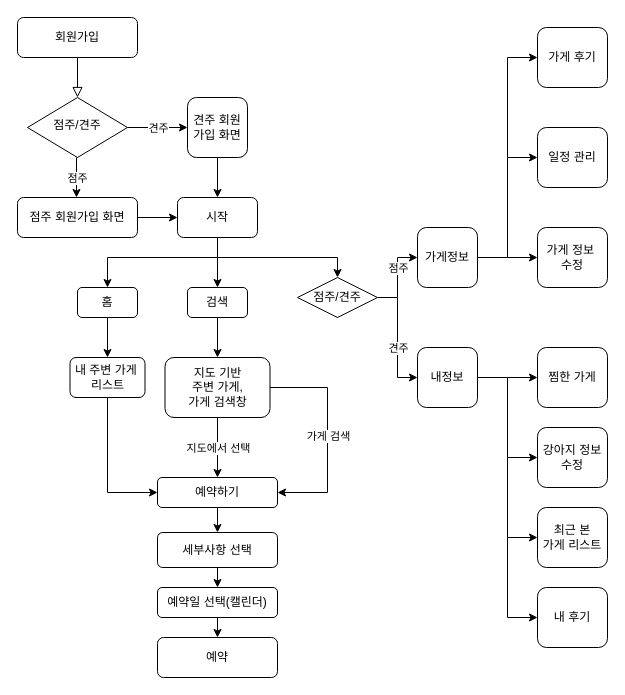
Above: Untitled Diagram.drawio in ChoiWonYu/LikeLionProject (draw.io), before the change. Source tidied: cells renumbered, new cells numbered last; positions are measured from the earlier drawing's top-left corner, leaving out a move shared by most shapes. Both pictures are drawn from the tidied source at 100%, with x=0, y=0 at pixel (17, 17).
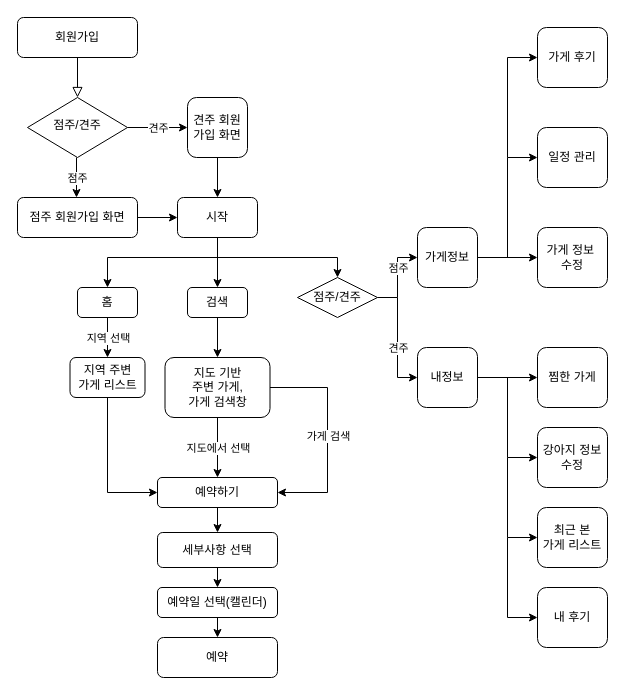
The same page after the edit.

The change refers to these unchanged cells:
```xml
<mxCell id="12" value="홈" style="rounded=1;whiteSpace=wrap;html=1;" parent="1" vertex="1">
  <mxGeometry x="60" y="270" width="60" height="30" as="geometry" />
</mxCell>
```

Change to the diagram source:
```diff
@@
-    <mxCell id="11" style="edgeStyle=orthogonalEdgeStyle;rounded=0;jettySize=auto;html=1;" parent="1" edge="1" source="12" target="32">
-      <mxGeometry relative="1" as="geometry" />
-    </mxCell>
@@
-    <mxCell id="32" value="내 주변 가게&amp;nbsp;&lt;br&gt;리스트" style="rounded=1;whiteSpace=wrap;html=1;" parent="1" vertex="1">
+    <mxCell id="32" value="지역 주변&lt;br&gt;가게 리스트" style="rounded=1;whiteSpace=wrap;html=1;" parent="1" vertex="1">
       <mxGeometry x="52.5" y="340" width="75" height="40" as="geometry" />
     </mxCell>
@@
+    <mxCell id="11" style="endArrow=classic;html=1;rounded=0;exitX=0.5;exitY=1;exitDx=0;exitDy=0;entryX=0.5;entryY=0;entryDx=0;entryDy=0;" parent="1" edge="1" source="12" target="32">
+      <mxGeometry relative="1" as="geometry" />
+    </mxCell>
+    <mxCell id="57" value="지역 선택" style="edgeLabel;html=1;align=center;verticalAlign=middle;" parent="11" vertex="1">
+      <mxGeometry relative="1" as="geometry" />
+    </mxCell>
```
